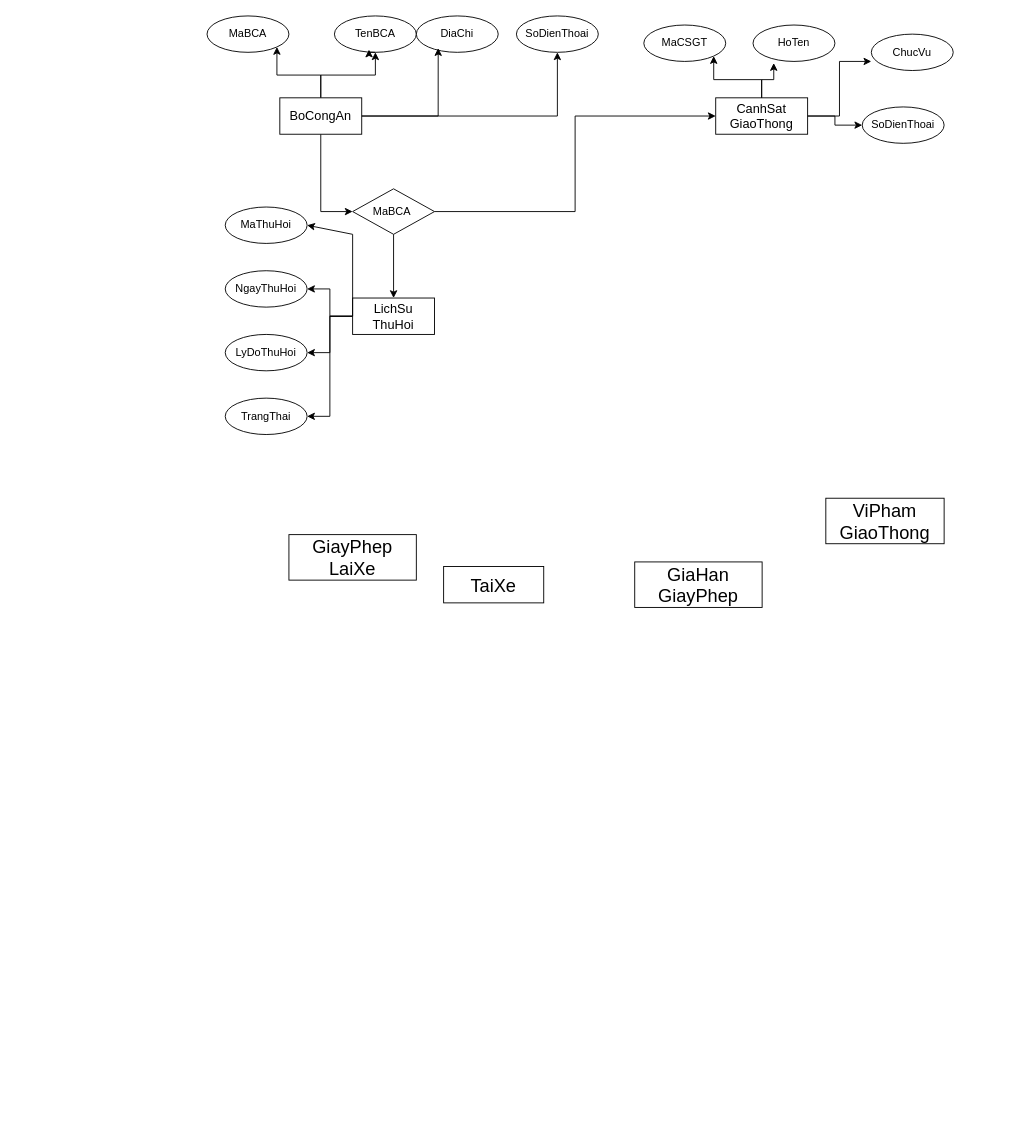
NguyenPhuocSang123/bmttnc-hutech-2280602714 keeps this draw.io diagram as Untitled Diagram.drawio. Above is the earlier version. Source tidied: cells renumbered, new cells numbered last; positions are measured from the earlier drawing's top-left corner, leaving out a move shared by most shapes. Both pictures are drawn from the tidied source at 91%, with x=0, y=0 at pixel (207, 15).
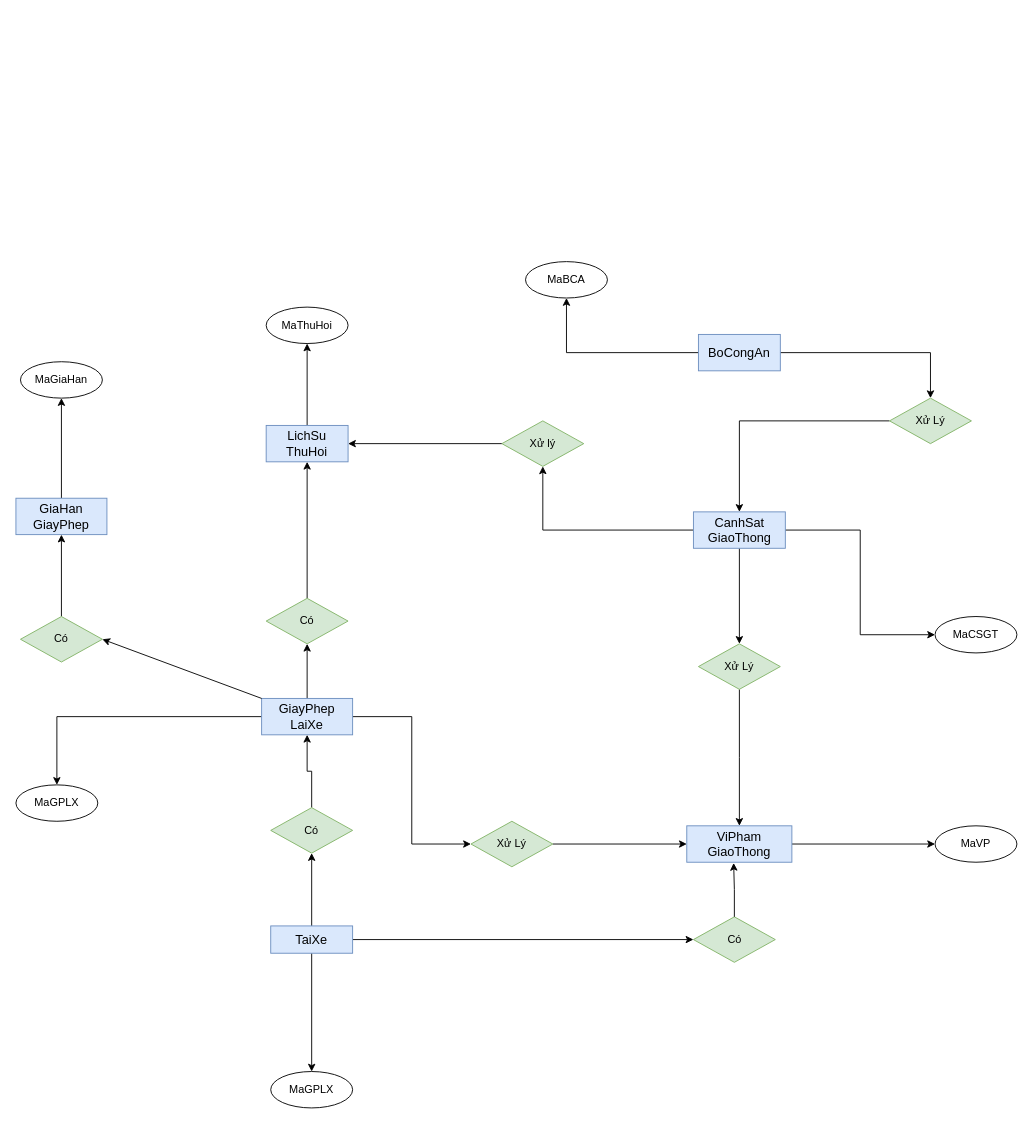
Above is the later version.

What changed in the source:
```diff
@@
-    <mxCell id="2" style="edgeStyle=orthogonalEdgeStyle;rounded=0;jettySize=auto;html=1;" parent="1" edge="1" source="6" target="18">
-      <mxGeometry relative="1" as="geometry" />
-    </mxCell>
-    <mxCell id="3" style="edgeStyle=orthogonalEdgeStyle;rounded=0;jettySize=auto;html=1;" parent="1" edge="1" source="6" target="20">
-      <mxGeometry relative="1" as="geometry" />
-    </mxCell>
+    <mxCell id="38" style="edgeStyle=orthogonalEdgeStyle;rounded=0;jettySize=auto;html=1;" parent="1" edge="1" source="6" target="50">
+      <mxGeometry relative="1" as="geometry" />
+    </mxCell>
-    <mxCell id="4" style="edgeStyle=orthogonalEdgeStyle;rounded=0;jettySize=auto;html=1;entryX=1;entryY=1;entryDx=0;entryDy=0;" parent="1" edge="1" source="6" target="17">
+    <mxCell id="4" style="edgeStyle=orthogonalEdgeStyle;rounded=0;jettySize=auto;html=1;entryX=0.5;entryY=1;entryDx=0;entryDy=0;" parent="1" edge="1" source="6" target="17">
       <mxGeometry relative="1" as="geometry" />
     </mxCell>
-    <mxCell id="5" style="edgeStyle=orthogonalEdgeStyle;rounded=0;jettySize=auto;html=1;entryX=0;entryY=0.5;entryDx=0;entryDy=0;" parent="1" edge="1" source="6" target="29">
-      <mxGeometry relative="1" as="geometry" />
-    </mxCell>
-    <mxCell id="6" value="&lt;font style=&quot;font-size: 14px;&quot;&gt;BoCongAn&lt;/font&gt;" style="rounded=0;whiteSpace=wrap;html=1;" parent="1" vertex="1">
-      <mxGeometry x="80" y="90" width="90" height="40" as="geometry" />
+    <mxCell id="6" value="&lt;font style=&quot;font-size: 14px;&quot;&gt;BoCongAn&lt;/font&gt;" style="rounded=0;whiteSpace=wrap;html=1;fillColor=#dae8fc;strokeColor=#6c8ebf;" parent="1" vertex="1">
+      <mxGeometry x="540" y="350" width="90" height="40" as="geometry" />
     </mxCell>
+    <mxCell id="39" style="edgeStyle=orthogonalEdgeStyle;rounded=0;jettySize=auto;html=1;entryX=0;entryY=0.5;entryDx=0;entryDy=0;" parent="1" edge="1" source="7" target="57">
+      <mxGeometry relative="1" as="geometry" />
+    </mxCell>
+    <mxCell id="40" style="edgeStyle=orthogonalEdgeStyle;rounded=0;jettySize=auto;html=1;entryX=0.5;entryY=1;entryDx=0;entryDy=0;" parent="1" edge="1" source="7" target="64">
+      <mxGeometry relative="1" as="geometry" />
+    </mxCell>
+    <mxCell id="41" style="edgeStyle=orthogonalEdgeStyle;rounded=0;jettySize=auto;html=1;entryX=0.5;entryY=0;entryDx=0;entryDy=0;" parent="1" edge="1" source="7" target="67">
+      <mxGeometry relative="1" as="geometry" />
+    </mxCell>
-    <mxCell id="7" value="&lt;font style=&quot;font-size: 20px;&quot;&gt;TaiXe&lt;/font&gt;" style="rounded=0;whiteSpace=wrap;html=1;" parent="1" vertex="1">
-      <mxGeometry x="260" y="605" width="110" height="40" as="geometry" />
+    <mxCell id="7" value="&lt;font style=&quot;font-size: 14px;&quot;&gt;TaiXe&lt;/font&gt;" style="rounded=0;whiteSpace=wrap;html=1;fillColor=#dae8fc;strokeColor=#6c8ebf;" parent="1" vertex="1">
+      <mxGeometry x="70" y="1000" width="90" height="30" as="geometry" />
     </mxCell>
-    <mxCell id="8" style="edgeStyle=orthogonalEdgeStyle;rounded=0;jettySize=auto;html=1;entryX=0;entryY=0.5;entryDx=0;entryDy=0;" parent="1" edge="1" source="9" target="26">
-      <mxGeometry relative="1" as="geometry" />
-    </mxCell>
+    <mxCell id="42" style="edgeStyle=orthogonalEdgeStyle;rounded=0;jettySize=auto;html=1;entryX=0.5;entryY=1;entryDx=0;entryDy=0;" parent="1" edge="1" source="9" target="29">
+      <mxGeometry relative="1" as="geometry" />
+    </mxCell>
+    <mxCell id="43" style="edgeStyle=orthogonalEdgeStyle;rounded=0;jettySize=auto;html=1;entryX=0.5;entryY=0;entryDx=0;entryDy=0;" parent="1" edge="1" source="9" target="56">
+      <mxGeometry relative="1" as="geometry" />
+    </mxCell>
+    <mxCell id="32" style="edgeStyle=orthogonalEdgeStyle;rounded=0;jettySize=auto;html=1;entryX=0;entryY=0.5;entryDx=0;entryDy=0;" parent="1" edge="1" source="9" target="23">
+      <mxGeometry relative="1" as="geometry" />
+    </mxCell>
-    <mxCell id="9" value="&lt;font style=&quot;font-size: 14px;&quot;&gt;CanhSat&lt;br&gt;GiaoThong&lt;/font&gt;" style="rounded=0;whiteSpace=wrap;html=1;" parent="1" vertex="1">
-      <mxGeometry x="559" y="90" width="101" height="40" as="geometry" />
+    <mxCell id="9" value="&lt;font style=&quot;font-size: 14px;&quot;&gt;CanhSat&lt;br&gt;GiaoThong&lt;/font&gt;" style="rounded=0;whiteSpace=wrap;html=1;fillColor=#dae8fc;strokeColor=#6c8ebf;" parent="1" vertex="1">
+      <mxGeometry x="534.5" y="545" width="101" height="40" as="geometry" />
     </mxCell>
+    <mxCell id="44" style="edgeStyle=orthogonalEdgeStyle;rounded=0;jettySize=auto;html=1;entryX=0;entryY=0.5;entryDx=0;entryDy=0;" parent="1" edge="1" source="10" target="52">
+      <mxGeometry relative="1" as="geometry" />
+    </mxCell>
-    <mxCell id="10" value="&lt;font style=&quot;font-size: 20px;&quot;&gt;ViPham&lt;br&gt;GiaoThong&lt;/font&gt;" style="rounded=0;whiteSpace=wrap;html=1;" parent="1" vertex="1">
-      <mxGeometry x="680" y="530" width="130" height="50" as="geometry" />
+    <mxCell id="10" value="&lt;font style=&quot;font-size: 14px;&quot;&gt;ViPham&lt;br&gt;GiaoThong&lt;/font&gt;" style="rounded=0;whiteSpace=wrap;html=1;fillColor=#dae8fc;strokeColor=#6c8ebf;" parent="1" vertex="1">
+      <mxGeometry x="527.2" y="890" width="115.5" height="40" as="geometry" />
     </mxCell>
+    <mxCell id="45" style="edgeStyle=orthogonalEdgeStyle;rounded=0;jettySize=auto;html=1;entryX=0;entryY=0.5;entryDx=0;entryDy=0;" parent="1" edge="1" source="11" target="66">
+      <mxGeometry relative="1" as="geometry" />
+    </mxCell>
+    <mxCell id="46" style="edgeStyle=orthogonalEdgeStyle;rounded=0;jettySize=auto;html=1;entryX=0.5;entryY=1;entryDx=0;entryDy=0;" parent="1" edge="1" source="11" target="54">
+      <mxGeometry relative="1" as="geometry" />
+    </mxCell>
+    <mxCell id="47" style="edgeStyle=orthogonalEdgeStyle;rounded=0;jettySize=auto;html=1;entryX=0.5;entryY=0;entryDx=0;entryDy=0;" parent="1" edge="1" source="11" target="51">
+      <mxGeometry relative="1" as="geometry" />
+    </mxCell>
-    <mxCell id="11" value="&lt;font style=&quot;font-size: 20px;&quot;&gt;GiayPhep&lt;br&gt;LaiXe&lt;/font&gt;" style="rounded=0;whiteSpace=wrap;html=1;" parent="1" vertex="1">
-      <mxGeometry x="90" y="570" width="140" height="50" as="geometry" />
+    <mxCell id="11" value="&lt;font style=&quot;font-size: 14px;&quot;&gt;GiayPhep&lt;br&gt;LaiXe&lt;/font&gt;" style="rounded=0;whiteSpace=wrap;html=1;fillColor=#dae8fc;strokeColor=#6c8ebf;" parent="1" vertex="1">
+      <mxGeometry x="60" y="750" width="100" height="40" as="geometry" />
     </mxCell>
+    <mxCell id="48" style="edgeStyle=orthogonalEdgeStyle;rounded=0;jettySize=auto;html=1;entryX=0.5;entryY=1;entryDx=0;entryDy=0;" parent="1" edge="1" source="12" target="68">
+      <mxGeometry relative="1" as="geometry" />
+    </mxCell>
-    <mxCell id="12" value="&lt;font style=&quot;font-size: 20px;&quot;&gt;GiaHan&lt;br&gt;GiayPhep&lt;/font&gt;" style="rounded=0;whiteSpace=wrap;html=1;" parent="1" vertex="1">
-      <mxGeometry x="470" y="600" width="140" height="50" as="geometry" />
+    <mxCell id="12" value="&lt;font style=&quot;font-size: 14px;&quot;&gt;GiaHan&lt;br&gt;GiayPhep&lt;/font&gt;" style="rounded=0;whiteSpace=wrap;html=1;fillColor=#dae8fc;strokeColor=#6c8ebf;" parent="1" vertex="1">
+      <mxGeometry x="-210" y="530" width="100" height="40" as="geometry" />
     </mxCell>
-    <mxCell id="13" style="edgeStyle=orthogonalEdgeStyle;rounded=0;jettySize=auto;html=1;entryX=1;entryY=0.5;entryDx=0;entryDy=0;" parent="1" edge="1" source="16" target="33">
-      <mxGeometry relative="1" as="geometry" />
-    </mxCell>
-    <mxCell id="14" style="edgeStyle=orthogonalEdgeStyle;rounded=0;jettySize=auto;html=1;entryX=1;entryY=0.5;entryDx=0;entryDy=0;" parent="1" edge="1" source="16" target="34">
-      <mxGeometry relative="1" as="geometry" />
-    </mxCell>
-    <mxCell id="15" style="edgeStyle=orthogonalEdgeStyle;rounded=0;jettySize=auto;html=1;entryX=1;entryY=0.5;entryDx=0;entryDy=0;" parent="1" edge="1" source="16" target="36">
-      <mxGeometry relative="1" as="geometry" />
-    </mxCell>
+    <mxCell id="37" style="edgeStyle=orthogonalEdgeStyle;rounded=0;jettySize=auto;html=1;entryX=0.5;entryY=1;entryDx=0;entryDy=0;" parent="1" edge="1" source="16" target="35">
+      <mxGeometry relative="1" as="geometry" />
+    </mxCell>
-    <mxCell id="16" value="&lt;font style=&quot;font-size: 14px;&quot;&gt;LichSu&lt;br&gt;ThuHoi&lt;/font&gt;" style="rounded=0;whiteSpace=wrap;html=1;" parent="1" vertex="1">
-      <mxGeometry x="160" y="310" width="90" height="40" as="geometry" />
+    <mxCell id="16" value="&lt;font style=&quot;font-size: 14px;&quot;&gt;LichSu&lt;br&gt;ThuHoi&lt;/font&gt;" style="rounded=0;whiteSpace=wrap;html=1;fillColor=#dae8fc;strokeColor=#6c8ebf;" parent="1" vertex="1">
+      <mxGeometry x="65" y="450" width="90" height="40" as="geometry" />
     </mxCell>
     <mxCell id="17" value="MaBCA" style="ellipse;whiteSpace=wrap;html=1;" parent="1" vertex="1">
-      <mxGeometry width="90" height="40" as="geometry" />
+      <mxGeometry x="350" y="270" width="90" height="40" as="geometry" />
     </mxCell>
-    <mxCell id="18" value="TenBCA" style="ellipse;whiteSpace=wrap;html=1;" parent="1" vertex="1">
-      <mxGeometry x="140" width="90" height="40" as="geometry" />
-    </mxCell>
-    <mxCell id="19" value="DiaChi" style="ellipse;whiteSpace=wrap;html=1;" parent="1" vertex="1">
-      <mxGeometry x="230" width="90" height="40" as="geometry" />
-    </mxCell>
-    <mxCell id="20" value="SoDienThoai" style="ellipse;whiteSpace=wrap;html=1;" parent="1" vertex="1">
-      <mxGeometry x="340" width="90" height="40" as="geometry" />
-    </mxCell>
-    <mxCell id="21" style="edgeStyle=orthogonalEdgeStyle;rounded=0;orthogonalLoop=1;jettySize=auto;html=1;exitX=0.5;exitY=1;exitDx=0;exitDy=0;entryX=0.422;entryY=0.925;entryDx=0;entryDy=0;entryPerimeter=0;" parent="1" edge="1" source="18" target="18">
-      <mxGeometry relative="1" as="geometry" />
-    </mxCell>
-    <mxCell id="22" style="edgeStyle=orthogonalEdgeStyle;rounded=0;jettySize=auto;html=1;entryX=0.267;entryY=0.885;entryDx=0;entryDy=0;entryPerimeter=0;" parent="1" edge="1" source="6" target="19">
-      <mxGeometry relative="1" as="geometry" />
-    </mxCell>
     <mxCell id="23" value="MaCSGT" style="ellipse;whiteSpace=wrap;html=1;" parent="1" vertex="1">
-      <mxGeometry x="480" y="10" width="90" height="40" as="geometry" />
+      <mxGeometry x="800" y="660" width="90" height="40" as="geometry" />
     </mxCell>
-    <mxCell id="24" value="HoTen" style="ellipse;whiteSpace=wrap;html=1;" parent="1" vertex="1">
-      <mxGeometry x="600" y="10" width="90" height="40" as="geometry" />
-    </mxCell>
-    <mxCell id="25" value="ChucVu" style="ellipse;whiteSpace=wrap;html=1;" parent="1" vertex="1">
-      <mxGeometry x="730" y="20" width="90" height="40" as="geometry" />
-    </mxCell>
-    <mxCell id="26" value="SoDienThoai" style="ellipse;whiteSpace=wrap;html=1;" parent="1" vertex="1">
-      <mxGeometry x="720" y="100" width="90" height="40" as="geometry" />
-    </mxCell>
-    <mxCell id="27" style="edgeStyle=orthogonalEdgeStyle;rounded=0;jettySize=auto;html=1;entryX=0;entryY=0.5;entryDx=0;entryDy=0;" parent="1" edge="1" source="29" target="9">
-      <mxGeometry relative="1" as="geometry" />
-    </mxCell>
-    <mxCell id="28" style="edgeStyle=orthogonalEdgeStyle;rounded=0;jettySize=auto;html=1;entryX=0.5;entryY=0;entryDx=0;entryDy=0;" parent="1" edge="1" source="29" target="16">
+    <mxCell id="28" style="edgeStyle=orthogonalEdgeStyle;rounded=0;jettySize=auto;html=1;entryX=1;entryY=0.5;entryDx=0;entryDy=0;" parent="1" edge="1" source="29" target="16">
       <mxGeometry relative="1" as="geometry" />
     </mxCell>
-    <mxCell id="29" value="MaBCA&amp;nbsp;" style="rhombus;whiteSpace=wrap;html=1;" parent="1" vertex="1">
-      <mxGeometry x="160" y="190" width="90" height="50" as="geometry" />
+    <mxCell id="29" value="Xử lý" style="rhombus;whiteSpace=wrap;html=1;fillColor=#d5e8d4;strokeColor=#82b366;" parent="1" vertex="1">
+      <mxGeometry x="324" y="445" width="90" height="50" as="geometry" />
     </mxCell>
-    <mxCell id="30" style="edgeStyle=orthogonalEdgeStyle;rounded=0;jettySize=auto;html=1;entryX=0;entryY=0.75;entryDx=0;entryDy=0;entryPerimeter=0;" parent="1" edge="1" source="9" target="25">
-      <mxGeometry relative="1" as="geometry" />
-    </mxCell>
-    <mxCell id="31" style="edgeStyle=orthogonalEdgeStyle;rounded=0;jettySize=auto;html=1;entryX=0.253;entryY=1.045;entryDx=0;entryDy=0;entryPerimeter=0;" parent="1" edge="1" source="9" target="24">
-      <mxGeometry relative="1" as="geometry" />
-    </mxCell>
-    <mxCell id="32" style="edgeStyle=orthogonalEdgeStyle;rounded=0;jettySize=auto;html=1;entryX=1;entryY=1;entryDx=0;entryDy=0;" parent="1" edge="1" source="9" target="23">
-      <mxGeometry relative="1" as="geometry" />
-    </mxCell>
-    <mxCell id="33" value="NgayThuHoi" style="ellipse;whiteSpace=wrap;html=1;" parent="1" vertex="1">
-      <mxGeometry x="20" y="280" width="90" height="40" as="geometry" />
-    </mxCell>
-    <mxCell id="34" value="LyDoThuHoi" style="ellipse;whiteSpace=wrap;html=1;" parent="1" vertex="1">
-      <mxGeometry x="20" y="350" width="90" height="40" as="geometry" />
-    </mxCell>
     <mxCell id="35" value="MaThuHoi" style="ellipse;whiteSpace=wrap;html=1;" parent="1" vertex="1">
-      <mxGeometry x="20" y="210" width="90" height="40" as="geometry" />
+      <mxGeometry x="65" y="320" width="90" height="40" as="geometry" />
     </mxCell>
-    <mxCell id="36" value="TrangThai" style="ellipse;whiteSpace=wrap;html=1;" parent="1" vertex="1">
-      <mxGeometry x="20" y="420" width="90" height="40" as="geometry" />
-    </mxCell>
-    <mxCell id="37" style="endArrow=classic;html=1;rounded=0;exitX=0;exitY=0.5;exitDx=0;exitDy=0;entryX=1;entryY=0.5;entryDx=0;entryDy=0;" parent="1" edge="1" source="16" target="35">
-      <mxGeometry relative="1" as="geometry">
-        <Array as="points">
-          <mxPoint x="160" y="240" />
-        </Array>
-      </mxGeometry>
-    </mxCell>
+    <mxCell id="49" style="edgeStyle=orthogonalEdgeStyle;rounded=0;jettySize=auto;html=1;entryX=0.5;entryY=0;entryDx=0;entryDy=0;" parent="1" edge="1" source="50" target="9">
+      <mxGeometry relative="1" as="geometry" />
+    </mxCell>
+    <mxCell id="50" value="Xử Lý" style="rhombus;whiteSpace=wrap;html=1;fillColor=#d5e8d4;strokeColor=#82b366;" parent="1" vertex="1">
+      <mxGeometry x="750" y="420" width="90" height="50" as="geometry" />
+    </mxCell>
+    <mxCell id="51" value="MaGPLX " style="ellipse;whiteSpace=wrap;html=1;" parent="1" vertex="1">
+      <mxGeometry x="-210" y="845" width="90" height="40" as="geometry" />
+    </mxCell>
+    <mxCell id="52" value="MaVP " style="ellipse;whiteSpace=wrap;html=1;" parent="1" vertex="1">
+      <mxGeometry x="800" y="890" width="90" height="40" as="geometry" />
+    </mxCell>
+    <mxCell id="53" style="edgeStyle=orthogonalEdgeStyle;rounded=0;jettySize=auto;html=1;entryX=0.5;entryY=1;entryDx=0;entryDy=0;" parent="1" edge="1" source="54" target="16">
+      <mxGeometry relative="1" as="geometry" />
+    </mxCell>
+    <mxCell id="54" value="Có" style="rhombus;whiteSpace=wrap;html=1;fillColor=#d5e8d4;strokeColor=#82b366;" parent="1" vertex="1">
+      <mxGeometry x="65" y="640" width="90" height="50" as="geometry" />
+    </mxCell>
+    <mxCell id="55" style="edgeStyle=orthogonalEdgeStyle;rounded=0;jettySize=auto;html=1;" parent="1" edge="1" source="56" target="10">
+      <mxGeometry relative="1" as="geometry" />
+    </mxCell>
+    <mxCell id="56" value="Xử Lý" style="rhombus;whiteSpace=wrap;html=1;fillColor=#d5e8d4;strokeColor=#82b366;" parent="1" vertex="1">
+      <mxGeometry x="540" y="690" width="90" height="50" as="geometry" />
+    </mxCell>
+    <mxCell id="57" value="Có" style="rhombus;whiteSpace=wrap;html=1;fillColor=#d5e8d4;strokeColor=#82b366;" parent="1" vertex="1">
+      <mxGeometry x="534.5" y="990" width="90" height="50" as="geometry" />
+    </mxCell>
+    <mxCell id="58" style="edgeStyle=orthogonalEdgeStyle;rounded=0;orthogonalLoop=1;jettySize=auto;html=1;exitX=0.5;exitY=1;exitDx=0;exitDy=0;" parent="1" edge="1" source="7" target="7">
+      <mxGeometry relative="1" as="geometry" />
+    </mxCell>
+    <mxCell id="59" style="edgeStyle=orthogonalEdgeStyle;rounded=0;jettySize=auto;html=1;entryX=0.446;entryY=1.02;entryDx=0;entryDy=0;entryPerimeter=0;" parent="1" edge="1" source="57" target="10">
+      <mxGeometry relative="1" as="geometry" />
+    </mxCell>
+    <mxCell id="60" style="edgeStyle=orthogonalEdgeStyle;rounded=0;jettySize=auto;html=1;entryX=0.5;entryY=1;entryDx=0;entryDy=0;" parent="1" edge="1" source="61" target="12">
+      <mxGeometry relative="1" as="geometry" />
+    </mxCell>
+    <mxCell id="61" value="Có" style="rhombus;whiteSpace=wrap;html=1;fillColor=#d5e8d4;strokeColor=#82b366;" parent="1" vertex="1">
+      <mxGeometry x="-205" y="660" width="90" height="50" as="geometry" />
+    </mxCell>
+    <mxCell id="62" style="edgeStyle=orthogonalEdgeStyle;rounded=0;orthogonalLoop=1;jettySize=auto;html=1;exitX=0.5;exitY=1;exitDx=0;exitDy=0;" parent="1" edge="1" source="7" target="7">
+      <mxGeometry relative="1" as="geometry" />
+    </mxCell>
+    <mxCell id="63" style="edgeStyle=orthogonalEdgeStyle;rounded=0;jettySize=auto;html=1;entryX=0.5;entryY=1;entryDx=0;entryDy=0;" parent="1" edge="1" source="64" target="11">
+      <mxGeometry relative="1" as="geometry" />
+    </mxCell>
+    <mxCell id="64" value="Có" style="rhombus;whiteSpace=wrap;html=1;fillColor=#d5e8d4;strokeColor=#82b366;" parent="1" vertex="1">
+      <mxGeometry x="70" y="870" width="90" height="50" as="geometry" />
+    </mxCell>
+    <mxCell id="65" style="edgeStyle=orthogonalEdgeStyle;rounded=0;jettySize=auto;html=1;entryX=0;entryY=0.5;entryDx=0;entryDy=0;" parent="1" edge="1" source="66" target="10">
+      <mxGeometry relative="1" as="geometry" />
+    </mxCell>
+    <mxCell id="66" value="Xử Lý" style="rhombus;whiteSpace=wrap;html=1;fillColor=#d5e8d4;strokeColor=#82b366;" parent="1" vertex="1">
+      <mxGeometry x="290" y="885" width="90" height="50" as="geometry" />
+    </mxCell>
+    <mxCell id="67" value="MaGPLX " style="ellipse;whiteSpace=wrap;html=1;" parent="1" vertex="1">
+      <mxGeometry x="70" y="1160" width="90" height="40" as="geometry" />
+    </mxCell>
+    <mxCell id="68" value="MaGiaHan" style="ellipse;whiteSpace=wrap;html=1;" parent="1" vertex="1">
+      <mxGeometry x="-205" y="380" width="90" height="40" as="geometry" />
+    </mxCell>
+    <mxCell id="69" style="endArrow=classic;html=1;rounded=0;exitX=0;exitY=0;exitDx=0;exitDy=0;entryX=1;entryY=0.5;entryDx=0;entryDy=0;" parent="1" edge="1" source="11" target="61">
+      <mxGeometry relative="1" as="geometry" />
+    </mxCell>
```
